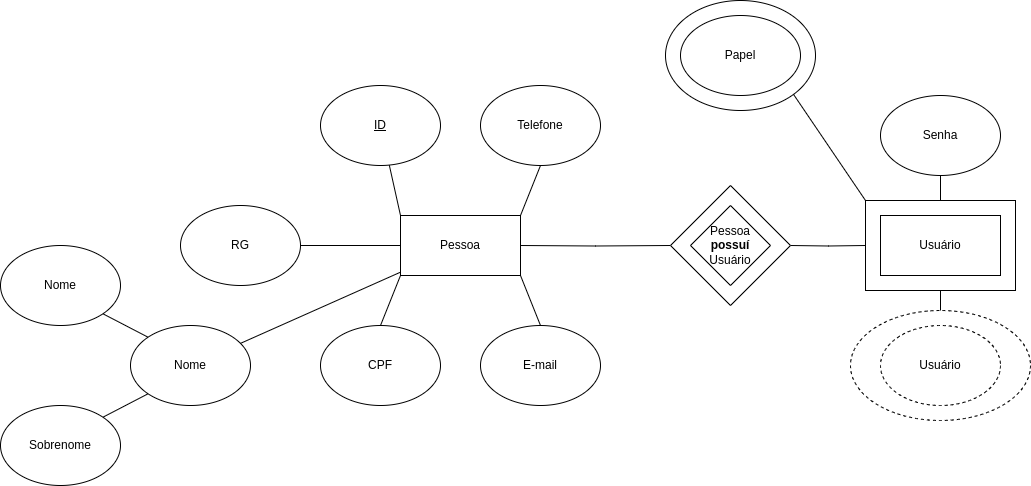
The draw.io diagram docs/Diagrama_Entidade_Relacionamento.png in Henriquemcc/Prototipo_Sistema_Legiao_dos_Corretores, before a commit. Source tidied: cells renumbered, new cells last; positions are measured from the earlier drawing's top-left corner, leaving out a move shared by most shapes.
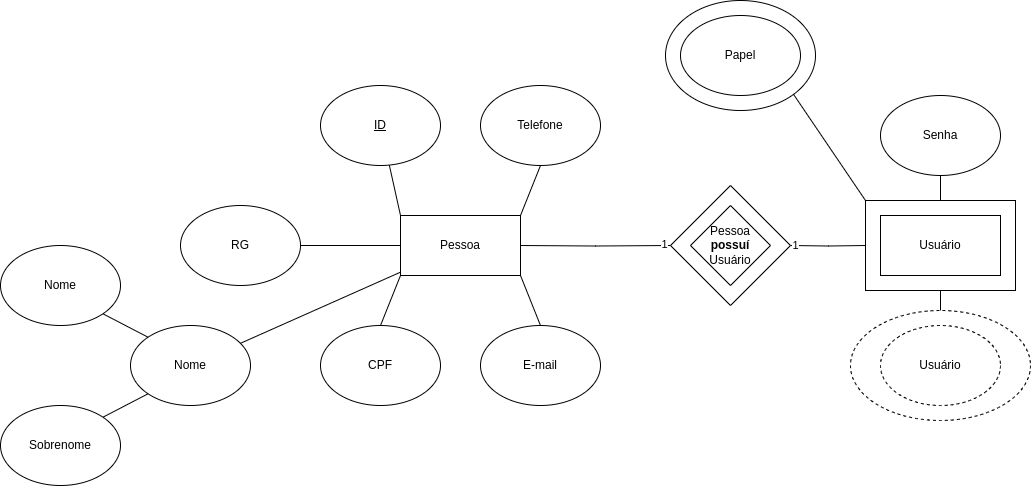
After the change.

Commit message:
Adicionando cardinalidade

Diff of the diagram source:
```diff
@@ -64,11 +64,21 @@
         <mxPoint x="670" y="245" as="sourcePoint" />
       </mxGeometry>
     </mxCell>
+    <mxCell id="37" value="1" style="edgeLabel;html=1;align=center;verticalAlign=middle;" parent="21" vertex="1">
+      <mxGeometry x="-0.89" y="-1" relative="1" as="geometry">
+        <mxPoint x="2" as="offset" />
+      </mxGeometry>
+    </mxCell>
     <mxCell id="22" style="edgeStyle=orthogonalEdgeStyle;rounded=0;jettySize=auto;html=1;endArrow=none;endFill=0;entryX=0;entryY=0.5;entryDx=0;entryDy=0;" parent="1" edge="1" target="32">
       <mxGeometry relative="1" as="geometry">
         <mxPoint x="790" y="245" as="sourcePoint" />
       </mxGeometry>
     </mxCell>
+    <mxCell id="38" value="1" style="edgeLabel;html=1;align=center;verticalAlign=middle;" parent="22" vertex="1">
+      <mxGeometry x="-0.87" y="-1" relative="1" as="geometry">
+        <mxPoint y="-1" as="offset" />
+      </mxGeometry>
+    </mxCell>
     <mxCell id="23" style="edgeStyle=orthogonalEdgeStyle;rounded=0;jettySize=auto;html=1;exitX=0.5;exitY=1;exitDx=0;exitDy=0;endArrow=none;endFill=0;entryX=0.5;entryY=0;entryDx=0;entryDy=0;" parent="1" edge="1" source="24" target="32">
       <mxGeometry relative="1" as="geometry" />
     </mxCell>
```
